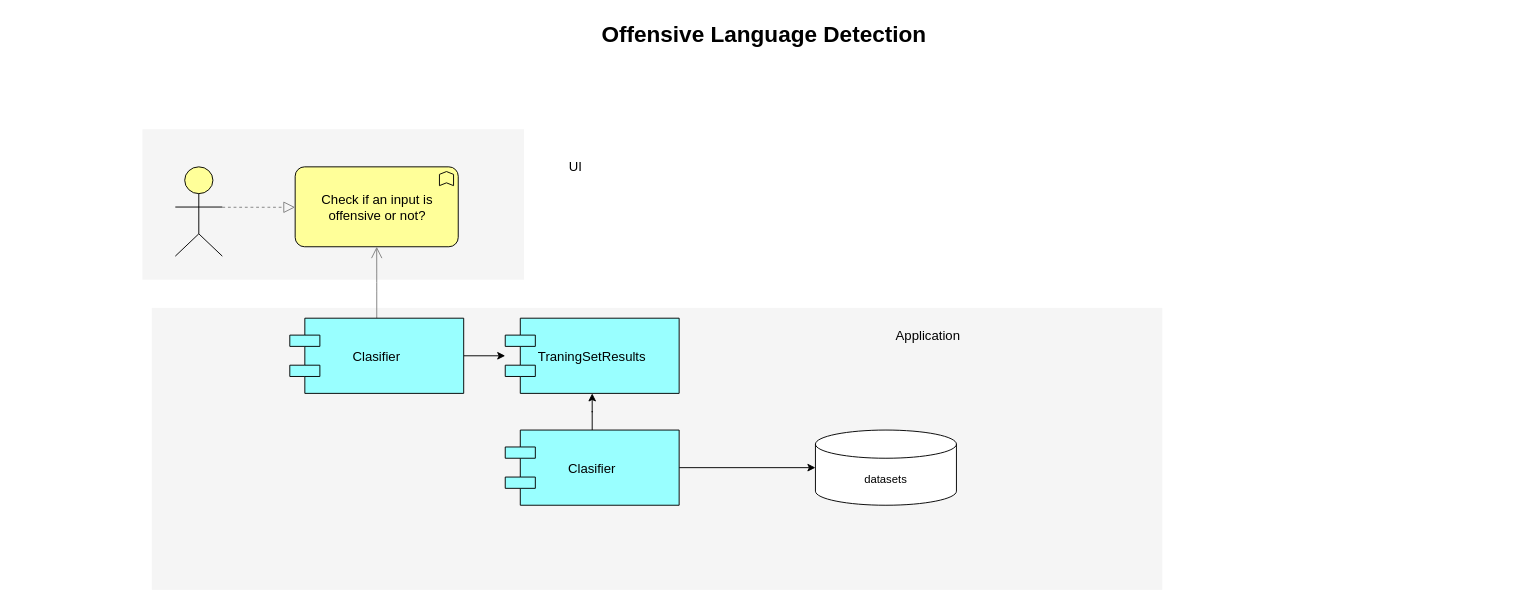
Ana-poto/Offensive-language-detection keeps this draw.io diagram as OffensiveLanguageDiagram.drawio. Above is the earlier version. Source tidied: cells renumbered, new cells numbered last; positions are measured from the earlier drawing's top-left corner, leaving out a move shared by most shapes. Both pictures are drawn from the tidied source at 94%, with x=0, y=0 at pixel (16, 16).
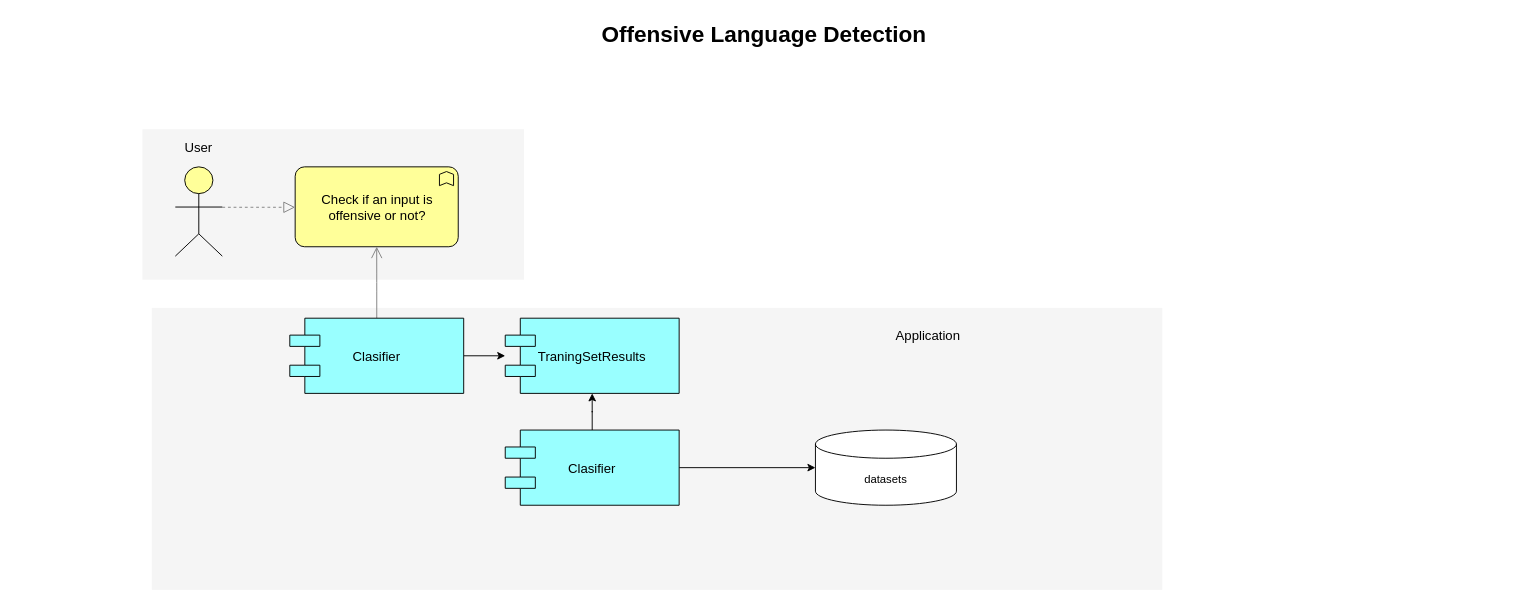
The same page after the edit.

The edit, as a diff of the source:
```diff
@@
 <mxGraphModel>
   <root>
     <mxCell id="0" />
     <mxCell id="1" parent="0" />
     <mxCell id="2" style="whiteSpace=wrap;html=1;strokeColor=none;strokeWidth=1;fillColor=#f5f5f5;fontSize=14;" parent="1" vertex="1">
       <mxGeometry x="144" y="310" width="1075" height="300" as="geometry" />
     </mxCell>
     <mxCell id="3" style="whiteSpace=wrap;html=1;strokeColor=none;strokeWidth=1;fillColor=#f5f5f5;fontSize=14;" parent="1" vertex="1">
       <mxGeometry x="134" y="120" width="406" height="160" as="geometry" />
     </mxCell>
     <mxCell id="4" style="edgeStyle=elbowEdgeStyle;rounded=1;elbow=vertical;html=1;startSize=10;endArrow=open;endFill=0;endSize=10;jettySize=auto;strokeColor=#808080;fontSize=14;" parent="1" edge="1" source="6" target="8">
       <mxGeometry relative="1" as="geometry" />
     </mxCell>
     <mxCell id="5" style="edgeStyle=orthogonalEdgeStyle;rounded=0;jettySize=auto;html=1;" parent="1" edge="1" source="6" target="7">
       <mxGeometry relative="1" as="geometry" />
     </mxCell>
     <mxCell id="6" value="Clasifier" style="shape=component;align=center;fillColor=#99ffff;gradientColor=none;fontSize=14;" parent="1" vertex="1">
       <mxGeometry x="290.8" y="321" width="185" height="80" as="geometry" />
     </mxCell>
     <mxCell id="7" value="TraningSetResults" style="shape=component;align=center;fillColor=#99ffff;gradientColor=none;fontSize=14;" parent="1" vertex="1">
       <mxGeometry x="520" y="321" width="185" height="80" as="geometry" />
     </mxCell>
     <mxCell id="8" value="Check if an input is offensive or not?" style="html=1;whiteSpace=wrap;fillColor=#ffff99;shape=mxgraph.archimate3.application;appType=func;archiType=rounded;fontSize=14;" parent="1" vertex="1">
       <mxGeometry x="296.5" y="160" width="173.5" height="85" as="geometry" />
     </mxCell>
     <mxCell id="9" value="Application" style="text;html=1;strokeColor=none;fillColor=none;align=center;verticalAlign=middle;whiteSpace=wrap;fontSize=14;" parent="1" vertex="1">
       <mxGeometry x="850" y="330" width="240" height="20" as="geometry" />
     </mxCell>
     <mxCell id="10" style="edgeStyle=elbowEdgeStyle;rounded=1;elbow=vertical;html=1;dashed=1;startSize=10;endArrow=block;endFill=0;endSize=10;jettySize=auto;strokeColor=#808080;fontSize=14;" parent="1" edge="1" source="11" target="8">
       <mxGeometry relative="1" as="geometry" />
     </mxCell>
     <mxCell id="11" style="html=1;whiteSpace=wrap;fillColor=#ffff99;shape=mxgraph.archimate3.actor;fontSize=14;" parent="1" vertex="1">
       <mxGeometry x="169" y="160" width="50" height="95" as="geometry" />
     </mxCell>
     <mxCell id="12" value="Offensive Language Detection" style="text;strokeColor=none;fillColor=none;html=1;fontSize=24;fontStyle=1;verticalAlign=middle;align=center;" parent="1" vertex="1">
       <mxGeometry width="1590" height="40" as="geometry" />
     </mxCell>
     <mxCell id="13" value="datasets" style="shape=cylinder3;whiteSpace=wrap;html=1;boundedLbl=1;backgroundOutline=1;size=15;" parent="1" vertex="1">
       <mxGeometry x="850" y="440" width="150" height="80" as="geometry" />
     </mxCell>
     <mxCell id="14" style="edgeStyle=orthogonalEdgeStyle;rounded=0;jettySize=auto;html=1;entryX=0.5;entryY=1;entryDx=0;entryDy=0;" parent="1" edge="1" source="16" target="7">
       <mxGeometry relative="1" as="geometry" />
     </mxCell>
     <mxCell id="15" style="edgeStyle=orthogonalEdgeStyle;rounded=0;jettySize=auto;html=1;" parent="1" edge="1" source="16" target="13">
       <mxGeometry relative="1" as="geometry" />
     </mxCell>
     <mxCell id="16" value="Clasifier" style="shape=component;align=center;fillColor=#99ffff;gradientColor=none;fontSize=14;" parent="1" vertex="1">
       <mxGeometry x="520" y="440" width="185" height="80" as="geometry" />
     </mxCell>
-    <mxCell id="17" value="UI" style="text;html=1;strokeColor=none;fillColor=none;align=center;verticalAlign=middle;whiteSpace=wrap;fontSize=14;" parent="1" vertex="1">
-      <mxGeometry x="550" y="150" width="90" height="20" as="geometry" />
+    <mxCell id="17" value="User&lt;br&gt;" style="text;html=1;strokeColor=none;fillColor=none;align=center;verticalAlign=middle;whiteSpace=wrap;fontSize=14;" parent="1" vertex="1">
+      <mxGeometry x="149" y="130" width="90" height="20" as="geometry" />
     </mxCell>
   </root>
 </mxGraphModel>
```
